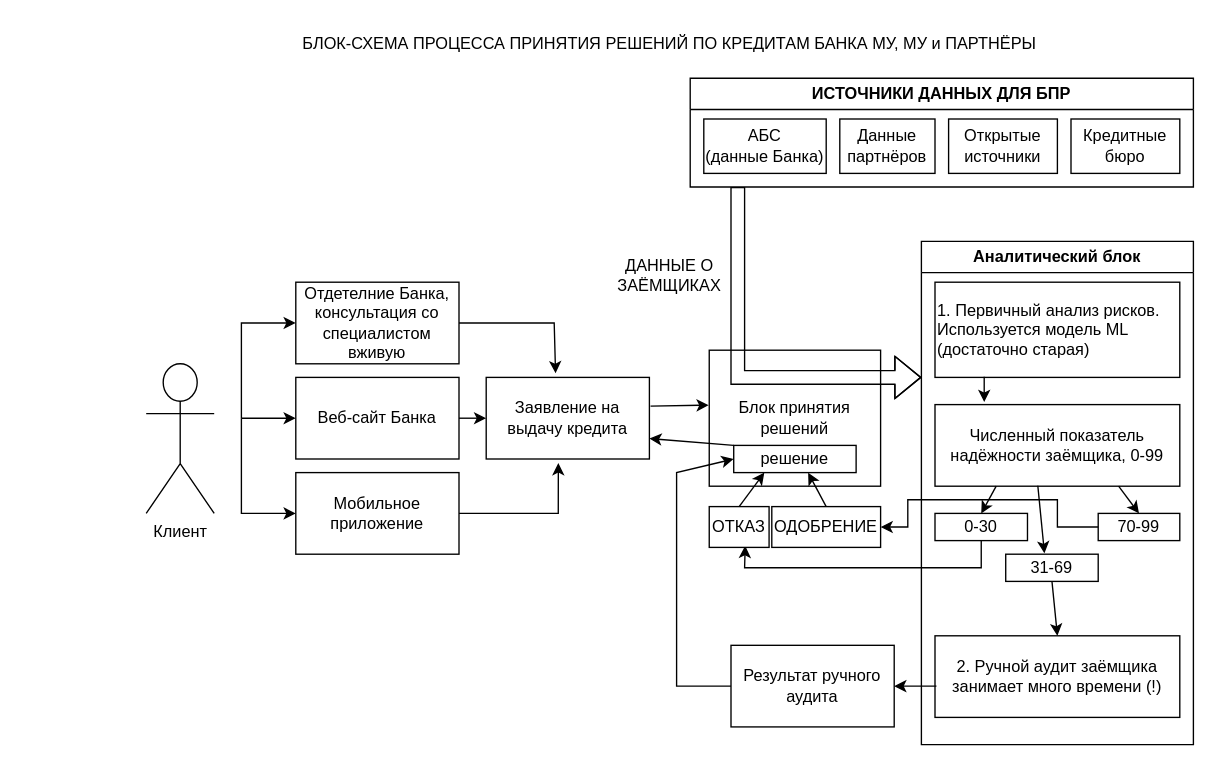
MDS-007-52/Draw_io_diagrams keeps this draw.io diagram as draw_io/Untitled Diagram.drawio. Above is the earlier version. Source tidied: cells renumbered, new cells numbered last; positions are measured from the earlier drawing's top-left corner, leaving out a move shared by most shapes. Both pictures are drawn from the tidied source at 136%, with x=0, y=0 at pixel (146, 23).
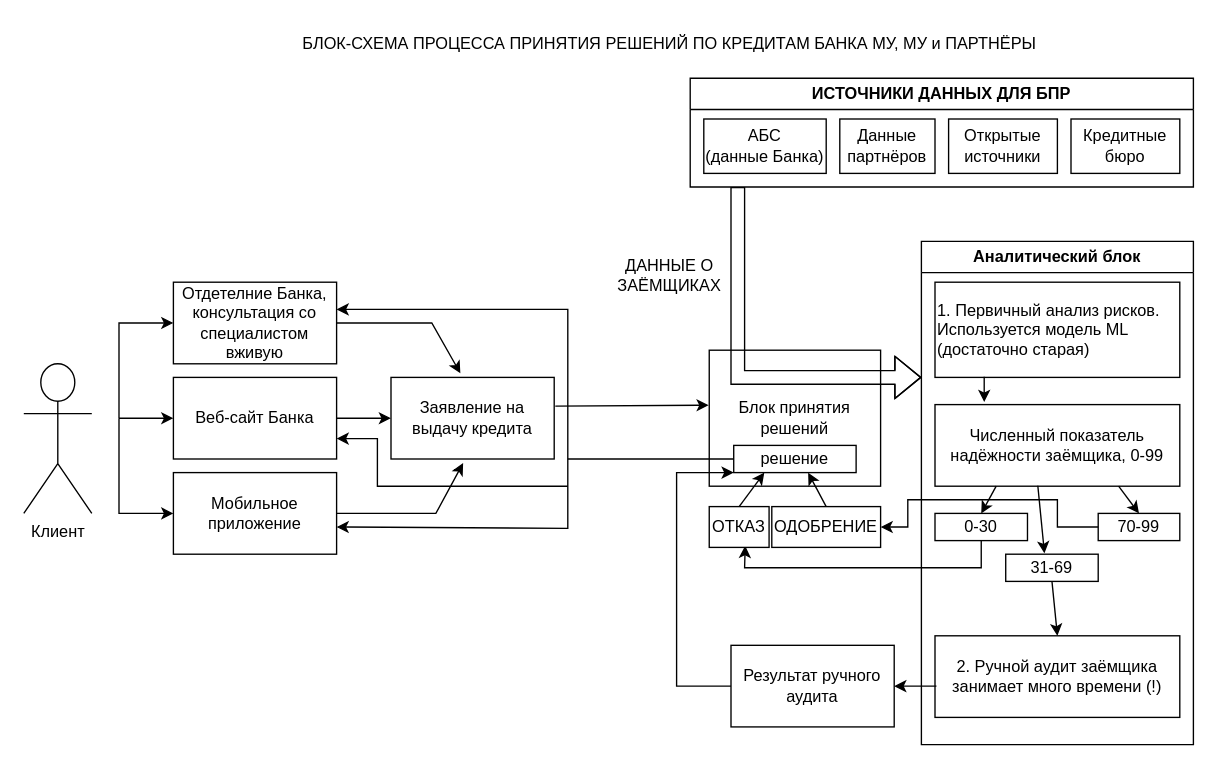
The same diagram, later.

The change refers to these unchanged cells:
```xml
<mxCell id="39" value="Результат ручного аудита" style="rounded=0;whiteSpace=wrap;html=1;" parent="1" vertex="1">
  <mxGeometry x="430" y="457" width="120" height="60" as="geometry" />
</mxCell>
<mxCell id="43" value="решение" style="rounded=0;whiteSpace=wrap;html=1;" parent="1" vertex="1">
  <mxGeometry x="432" y="310" width="90" height="20" as="geometry" />
</mxCell>
```

What changed in the source:
```diff
@@
     <mxCell id="2" value="&lt;div&gt;Клиент&lt;/div&gt;" style="shape=umlActor;verticalLabelPosition=bottom;verticalAlign=top;html=1;" parent="1" vertex="1">
-      <mxGeometry y="250" width="50" height="110" as="geometry" />
+      <mxGeometry x="-90" y="250" width="50" height="110" as="geometry" />
     </mxCell>
     <mxCell id="3" style="endArrow=classic;html=1;rounded=0;" parent="1" edge="1" target="7">
       <mxGeometry relative="1" as="geometry">
-        <mxPoint x="70" y="290" as="sourcePoint" />
+        <mxPoint x="-20" y="290" as="sourcePoint" />
         <Array as="points">
-          <mxPoint x="70" y="220" />
+          <mxPoint x="-20" y="220" />
         </Array>
       </mxGeometry>
     </mxCell>
     <mxCell id="4" style="endArrow=classic;html=1;rounded=0;" parent="1" edge="1" target="6">
       <mxGeometry relative="1" as="geometry">
-        <mxPoint x="70" y="290" as="sourcePoint" />
+        <mxPoint x="-20" y="290" as="sourcePoint" />
       </mxGeometry>
     </mxCell>
     <mxCell id="5" style="endArrow=classic;html=1;rounded=0;" parent="1" edge="1" target="8">
       <mxGeometry relative="1" as="geometry">
-        <mxPoint x="70" y="290" as="sourcePoint" />
+        <mxPoint x="-20" y="290" as="sourcePoint" />
         <Array as="points">
-          <mxPoint x="70" y="360" />
+          <mxPoint x="-20" y="360" />
         </Array>
       </mxGeometry>
     </mxCell>
     <mxCell id="6" value="Веб-сайт Банка" style="rounded=0;whiteSpace=wrap;html=1;" parent="1" vertex="1">
-      <mxGeometry x="110" y="260" width="120" height="60" as="geometry" />
+      <mxGeometry x="20" y="260" width="120" height="60" as="geometry" />
     </mxCell>
     <mxCell id="7" value="&lt;div&gt;Отдетелние Банка,&lt;/div&gt;&lt;div&gt;консультация со специалистом вживую&lt;br&gt;&lt;/div&gt;" style="rounded=0;whiteSpace=wrap;html=1;" parent="1" vertex="1">
-      <mxGeometry x="110" y="190" width="120" height="60" as="geometry" />
+      <mxGeometry x="20" y="190" width="120" height="60" as="geometry" />
     </mxCell>
     <mxCell id="8" value="Мобильное приложение" style="rounded=0;whiteSpace=wrap;html=1;" parent="1" vertex="1">
-      <mxGeometry x="110" y="330" width="120" height="60" as="geometry" />
+      <mxGeometry x="20" y="330" width="120" height="60" as="geometry" />
     </mxCell>
@@
     <mxCell id="10" style="endArrow=classic;html=1;rounded=0;exitX=1;exitY=0.5;exitDx=0;exitDy=0;entryX=0.442;entryY=1.05;entryDx=0;entryDy=0;entryPerimeter=0;" parent="1" edge="1" source="8" target="12">
       <mxGeometry relative="1" as="geometry">
         <Array as="points">
-          <mxPoint x="303" y="360" />
+          <mxPoint x="213" y="360" />
         </Array>
       </mxGeometry>
     </mxCell>
     <mxCell id="11" style="endArrow=classic;html=1;rounded=0;exitX=1;exitY=0.5;exitDx=0;exitDy=0;entryX=0.425;entryY=-0.05;entryDx=0;entryDy=0;entryPerimeter=0;" parent="1" edge="1" source="7" target="12">
       <mxGeometry relative="1" as="geometry">
         <Array as="points">
-          <mxPoint x="300" y="220" />
+          <mxPoint x="210" y="220" />
         </Array>
       </mxGeometry>
     </mxCell>
     <mxCell id="12" value="Заявление на выдачу кредита" style="rounded=0;whiteSpace=wrap;html=1;" parent="1" vertex="1">
-      <mxGeometry x="250" y="260" width="120" height="60" as="geometry" />
+      <mxGeometry x="180" y="260" width="120" height="60" as="geometry" />
     </mxCell>
@@
-    <mxCell id="40" style="endArrow=classic;html=1;rounded=0;exitX=0;exitY=0.5;exitDx=0;exitDy=0;entryX=0;entryY=0.5;entryDx=0;entryDy=0;" parent="1" edge="1" source="39" target="43">
+    <mxCell id="40" style="endArrow=classic;html=1;rounded=0;exitX=0;exitY=0.5;exitDx=0;exitDy=0;entryX=0;entryY=1;entryDx=0;entryDy=0;" parent="1" edge="1" source="39" target="43">
       <mxGeometry relative="1" as="geometry">
         <Array as="points">
           <mxPoint x="390" y="487" />
           <mxPoint x="390" y="330" />
         </Array>
       </mxGeometry>
     </mxCell>
@@
-    <mxCell id="44" style="endArrow=classic;html=1;rounded=0;exitX=0;exitY=0;exitDx=0;exitDy=0;entryX=1;entryY=0.75;entryDx=0;entryDy=0;" parent="1" edge="1" source="43" target="12">
-      <mxGeometry relative="1" as="geometry" />
-    </mxCell>
@@
+    <mxCell id="46" style="endArrow=none;html=1;rounded=0;exitX=0;exitY=0.5;exitDx=0;exitDy=0;" parent="1" edge="1" source="43">
+      <mxGeometry relative="1" as="geometry">
+        <mxPoint x="310" y="320" as="targetPoint" />
+      </mxGeometry>
+    </mxCell>
+    <mxCell id="47" style="endArrow=classic;html=1;rounded=0;" parent="1" edge="1">
+      <mxGeometry relative="1" as="geometry">
+        <mxPoint x="310" y="320" as="sourcePoint" />
+        <mxPoint x="140" y="210" as="targetPoint" />
+        <Array as="points">
+          <mxPoint x="310" y="210" />
+        </Array>
+      </mxGeometry>
+    </mxCell>
+    <mxCell id="48" style="endArrow=classic;html=1;rounded=0;" parent="1" edge="1">
+      <mxGeometry relative="1" as="geometry">
+        <mxPoint x="310" y="320" as="sourcePoint" />
+        <mxPoint x="140" y="370" as="targetPoint" />
+        <Array as="points">
+          <mxPoint x="310" y="371" />
+        </Array>
+      </mxGeometry>
+    </mxCell>
+    <mxCell id="49" style="endArrow=classic;html=1;rounded=0;entryX=1;entryY=0.75;entryDx=0;entryDy=0;" parent="1" edge="1" target="6">
+      <mxGeometry relative="1" as="geometry">
+        <mxPoint x="310" y="340" as="sourcePoint" />
+        <Array as="points">
+          <mxPoint x="170" y="340" />
+          <mxPoint x="170" y="305" />
+        </Array>
+      </mxGeometry>
+    </mxCell>
```
